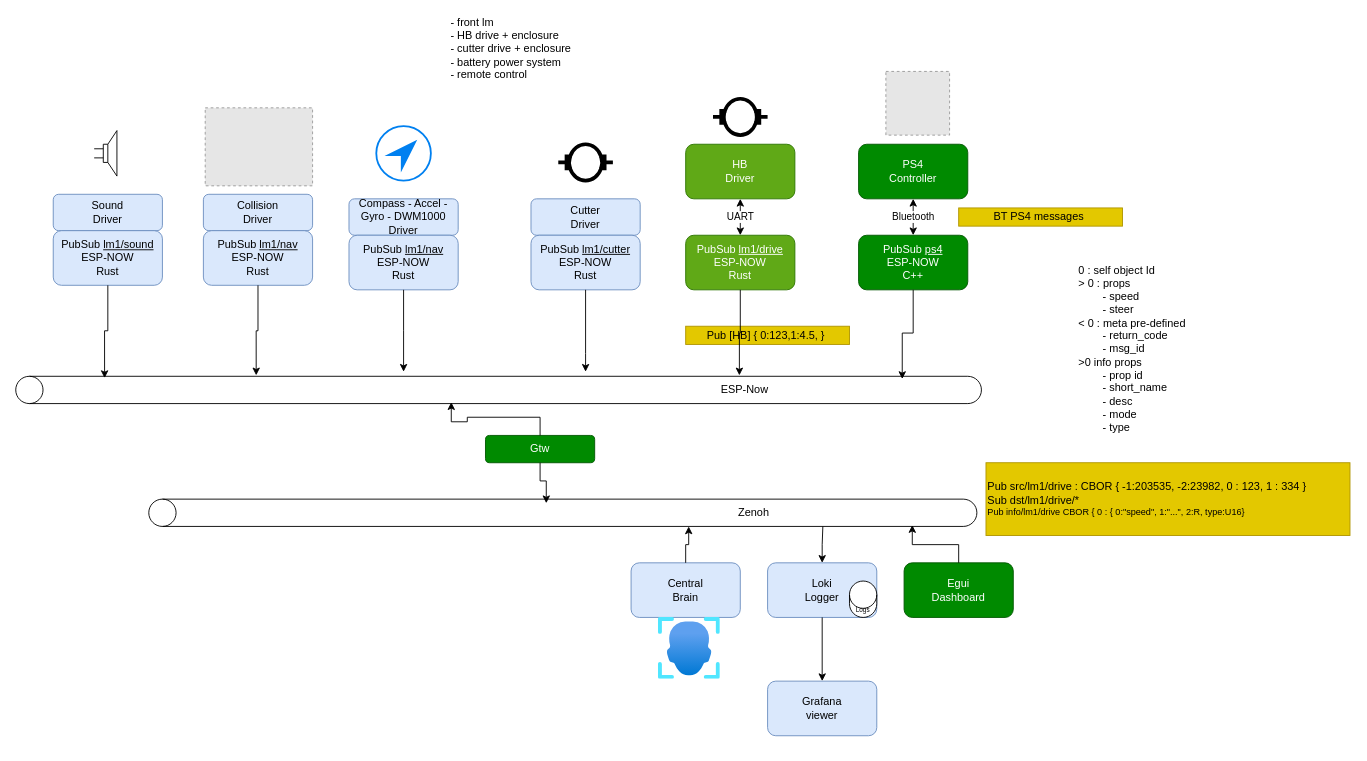
The draw.io diagram page "architecture" (3 of 3) of doc/design.drawio in vortex314/zenoh-projects, before the edit. Source tidied: cells renumbered, new cells numbered last; positions are measured from the earlier drawing's top-left corner, leaving out a move shared by most shapes. Both pictures are drawn from the tidied source at 91%, with x=0, y=0 at pixel (53, -94). Pictures stored in the file or linked from it are replaced by grey dashed boxes.
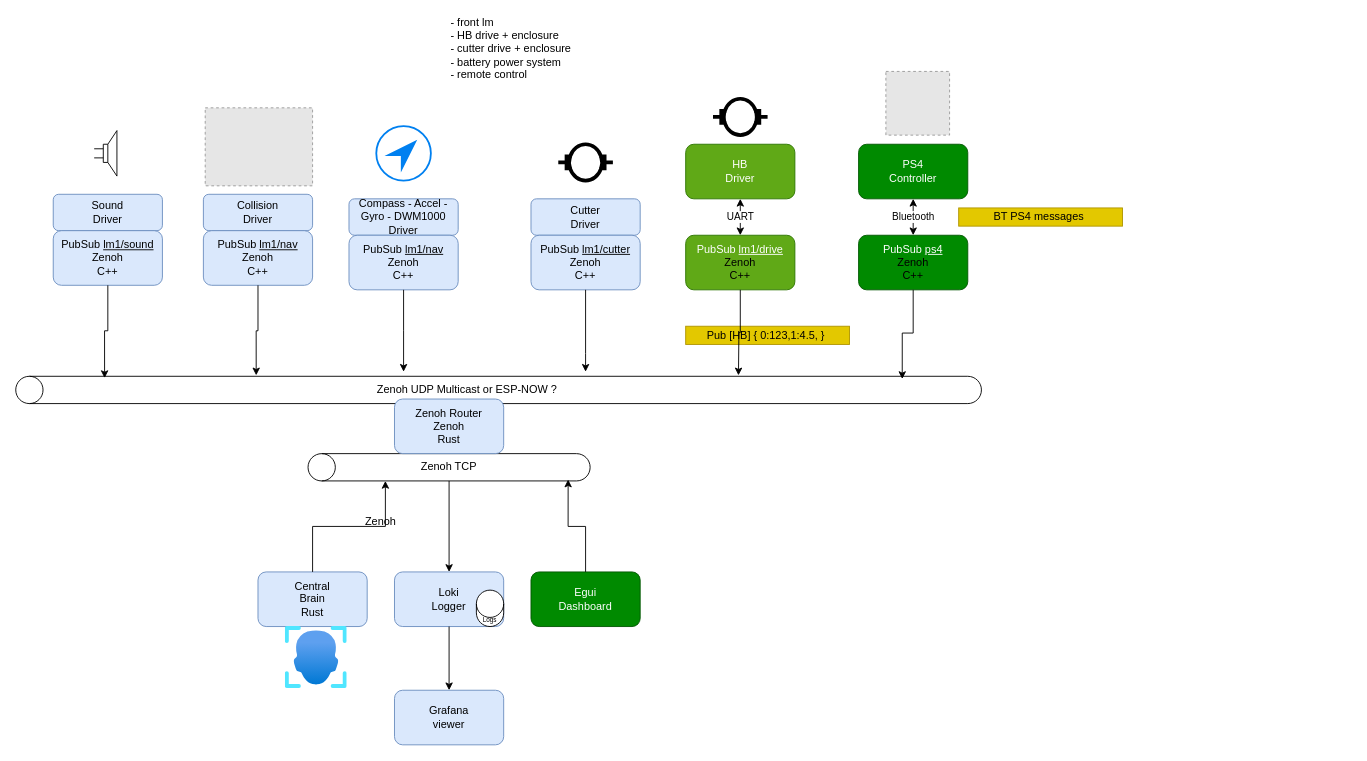
The same page after the edit.

The change refers to these unchanged cells:
```xml
<mxCell id="10" style="shape=cylinder3;whiteSpace=wrap;html=1;boundedLbl=1;backgroundOutline=1;size=15;rotation=-90;" parent="1" vertex="1">
  <mxGeometry x="474.4" y="0.4" width="30" height="1061.2" as="geometry" />
</mxCell>
```

The edit, as a diff of the source:
```diff
@@
-    <mxCell id="5" value="PubSub &lt;u&gt;lm1/drive&lt;/u&gt;&lt;div&gt;&lt;span style=&quot;background-color: initial;&quot;&gt;ESP-NOW&lt;/span&gt;&lt;br&gt;&lt;/div&gt;&lt;div&gt;&lt;span style=&quot;background-color: initial;&quot;&gt;Rust&lt;/span&gt;&lt;/div&gt;" style="rounded=1;whiteSpace=wrap;html=1;fillColor=#60a917;strokeColor=#2D7600;fontColor=#ffffff;" parent="1" vertex="1">
+    <mxCell id="5" value="PubSub &lt;u&gt;lm1/drive&lt;/u&gt;&lt;div&gt;&lt;div style=&quot;color: rgb(0, 0, 0);&quot;&gt;Zenoh&lt;/div&gt;&lt;div style=&quot;color: rgb(0, 0, 0);&quot;&gt;C++&lt;/div&gt;&lt;/div&gt;" style="rounded=1;whiteSpace=wrap;html=1;fillColor=#60a917;strokeColor=#2D7600;fontColor=#ffffff;" parent="1" vertex="1">
       <mxGeometry x="695" y="361" width="120" height="60" as="geometry" />
     </mxCell>
@@
     <mxCell id="7" style="shape=cylinder3;whiteSpace=wrap;html=1;boundedLbl=1;backgroundOutline=1;size=15;rotation=-90;" parent="1" vertex="1">
-      <mxGeometry x="545" y="211" width="30" height="910" as="geometry" />
+      <mxGeometry x="420" y="461" width="30" height="310" as="geometry" />
     </mxCell>
-    <mxCell id="8" value="Pub src/lm1/drive : CBOR { -1:203535, -2:23982, 0 : 123, 1 : 334 }&lt;div&gt;&lt;span style=&quot;background-color: initial;&quot;&gt;Sub dst/lm1/drive/*&lt;/span&gt;&lt;br&gt;&lt;/div&gt;&lt;div style=&quot;font-size: 10px;&quot;&gt;Pub info/lm1/drive CBOR { 0 : { 0:&quot;speed&quot;, 1:&quot;...&quot;, 2:R, type:U16}&lt;/div&gt;" style="rounded=0;whiteSpace=wrap;html=1;fillColor=#e3c800;fontColor=#000000;strokeColor=#B09500;align=left;" parent="1" vertex="1">
-      <mxGeometry x="1025" y="611" width="400" height="80" as="geometry" />
-    </mxCell>
     <mxCell id="9" value="Zenoh" style="text;html=1;align=center;verticalAlign=middle;whiteSpace=wrap;rounded=0;" parent="1" vertex="1">
-      <mxGeometry x="740" y="651" width="60" height="30" as="geometry" />
+      <mxGeometry x="330" y="661" width="60" height="30" as="geometry" />
     </mxCell>
@@
-    <mxCell id="11" value="ESP-Now" style="text;html=1;align=center;verticalAlign=middle;whiteSpace=wrap;rounded=0;" parent="1" vertex="1">
-      <mxGeometry x="730" y="516" width="60" height="30" as="geometry" />
-    </mxCell>
-    <mxCell id="12" style="edgeStyle=orthogonalEdgeStyle;rounded=0;jettySize=auto;html=1;exitX=0.5;exitY=1;exitDx=0;exitDy=0;entryX=0.4;entryY=-0.033;entryDx=0;entryDy=0;entryPerimeter=0;" parent="1" edge="1" source="5" target="11">
-      <mxGeometry relative="1" as="geometry" />
+    <mxCell id="12" style="edgeStyle=orthogonalEdgeStyle;rounded=0;jettySize=auto;html=1;exitX=0.5;exitY=1;exitDx=0;exitDy=0;entryX=0.4;entryY=-0.033;entryDx=0;entryDy=0;entryPerimeter=0;" parent="1" edge="1" source="5">
+      <mxGeometry relative="1" as="geometry">
+        <mxPoint x="753" y="515" as="targetPoint" />
+      </mxGeometry>
     </mxCell>
-    <mxCell id="13" value="Gtw" style="rounded=1;whiteSpace=wrap;html=1;fillColor=#008a00;strokeColor=#005700;fontColor=#ffffff;" parent="1" vertex="1">
-      <mxGeometry x="475" y="581" width="120" height="30" as="geometry" />
-    </mxCell>
-    <mxCell id="14" style="edgeStyle=orthogonalEdgeStyle;rounded=0;jettySize=auto;html=1;exitX=0.5;exitY=0;exitDx=0;exitDy=0;entryX=0.05;entryY=0.451;entryDx=0;entryDy=0;entryPerimeter=0;" parent="1" edge="1" source="13" target="10">
-      <mxGeometry relative="1" as="geometry" />
-    </mxCell>
-    <mxCell id="15" style="edgeStyle=orthogonalEdgeStyle;rounded=0;jettySize=auto;html=1;exitX=0.5;exitY=1;exitDx=0;exitDy=0;entryX=0.85;entryY=0.48;entryDx=0;entryDy=0;entryPerimeter=0;" parent="1" edge="1" source="13" target="7">
-      <mxGeometry relative="1" as="geometry" />
-    </mxCell>
     <mxCell id="16" value="Egui&lt;div&gt;Dashboard&lt;/div&gt;" style="rounded=1;whiteSpace=wrap;html=1;fillColor=#008a00;strokeColor=#005700;fontColor=#ffffff;" parent="1" vertex="1">
-      <mxGeometry x="935" y="721" width="120" height="60" as="geometry" />
+      <mxGeometry x="525" y="731" width="120" height="60" as="geometry" />
     </mxCell>
-    <mxCell id="17" style="edgeStyle=orthogonalEdgeStyle;rounded=0;jettySize=auto;html=1;exitX=0.5;exitY=0;exitDx=0;exitDy=0;entryX=0;entryY=0.814;entryDx=0;entryDy=0;entryPerimeter=0;startArrow=classic;startFill=1;endArrow=none;endFill=0;" parent="1" edge="1" source="18" target="7">
+    <mxCell id="17" style="edgeStyle=orthogonalEdgeStyle;rounded=0;jettySize=auto;html=1;exitX=0.5;exitY=0;exitDx=0;exitDy=0;entryX=0;entryY=0.5;entryDx=0;entryDy=0;entryPerimeter=0;startArrow=classic;startFill=1;endArrow=none;endFill=0;" parent="1" edge="1" source="18" target="7">
       <mxGeometry relative="1" as="geometry" />
     </mxCell>
     <mxCell id="18" value="Loki&lt;div&gt;Logger&lt;/div&gt;" style="rounded=1;whiteSpace=wrap;html=1;fillColor=#dae8fc;strokeColor=#6c8ebf;" parent="1" vertex="1">
-      <mxGeometry x="785" y="721" width="120" height="60" as="geometry" />
+      <mxGeometry x="375" y="731" width="120" height="60" as="geometry" />
     </mxCell>
-    <mxCell id="19" value="Central&lt;div&gt;Brain&lt;/div&gt;" style="rounded=1;whiteSpace=wrap;html=1;fillColor=#dae8fc;strokeColor=#6c8ebf;" parent="1" vertex="1">
-      <mxGeometry x="635" y="721" width="120" height="60" as="geometry" />
+    <mxCell id="19" value="Central&lt;div&gt;Brain&lt;/div&gt;&lt;div&gt;Rust&lt;/div&gt;" style="rounded=1;whiteSpace=wrap;html=1;fillColor=#dae8fc;strokeColor=#6c8ebf;" parent="1" vertex="1">
+      <mxGeometry x="225" y="731" width="120" height="60" as="geometry" />
     </mxCell>
@@
-    <mxCell id="24" value="PubSub &lt;u&gt;ps4&lt;/u&gt;&lt;div&gt;&lt;span style=&quot;background-color: initial;&quot;&gt;ESP-NOW&lt;/span&gt;&lt;br&gt;&lt;/div&gt;&lt;div&gt;&lt;span style=&quot;background-color: initial;&quot;&gt;C++&lt;/span&gt;&lt;/div&gt;" style="rounded=1;whiteSpace=wrap;html=1;fillColor=#008a00;strokeColor=#005700;fontColor=#ffffff;" parent="1" vertex="1">
+    <mxCell id="24" value="PubSub &lt;u&gt;ps4&lt;/u&gt;&lt;div&gt;&lt;div style=&quot;color: rgb(0, 0, 0);&quot;&gt;Zenoh&lt;/div&gt;&lt;div style=&quot;color: rgb(0, 0, 0);&quot;&gt;C++&lt;/div&gt;&lt;/div&gt;" style="rounded=1;whiteSpace=wrap;html=1;fillColor=#008a00;strokeColor=#005700;fontColor=#ffffff;" parent="1" vertex="1">
       <mxGeometry x="885" y="361" width="120" height="60" as="geometry" />
     </mxCell>
@@
     <mxCell id="26" style="image;html=1;align=center;fontSize=12;image=img/lib/azure2/ai_machine_learning/Face_APIs.svg;" parent="1" vertex="1">
-      <mxGeometry x="665" y="781" width="68" height="68" as="geometry" />
+      <mxGeometry x="255" y="791" width="68" height="68" as="geometry" />
     </mxCell>
-    <mxCell id="27" style="edgeStyle=orthogonalEdgeStyle;rounded=0;jettySize=auto;html=1;exitX=0.5;exitY=0;exitDx=0;exitDy=0;entryX=0;entryY=0.652;entryDx=0;entryDy=0;entryPerimeter=0;" parent="1" edge="1" source="19" target="7">
+    <mxCell id="27" style="edgeStyle=orthogonalEdgeStyle;rounded=0;jettySize=auto;html=1;exitX=0.5;exitY=0;exitDx=0;exitDy=0;entryX=0;entryY=0;entryDx=0;entryDy=85;entryPerimeter=0;" parent="1" edge="1" source="19" target="7">
       <mxGeometry relative="1" as="geometry" />
     </mxCell>
@@
     <mxCell id="31" value="Logs" style="shape=cylinder3;whiteSpace=wrap;html=1;boundedLbl=1;backgroundOutline=1;size=15;fontSize=7;" parent="1" vertex="1">
-      <mxGeometry x="875" y="741" width="30" height="40" as="geometry" />
+      <mxGeometry x="465" y="751" width="30" height="40" as="geometry" />
     </mxCell>
     <mxCell id="32" value="Grafana&lt;div&gt;viewer&lt;/div&gt;" style="rounded=1;whiteSpace=wrap;html=1;fillColor=#dae8fc;strokeColor=#6c8ebf;" parent="1" vertex="1">
-      <mxGeometry x="785" y="851" width="120" height="60" as="geometry" />
+      <mxGeometry x="375" y="861" width="120" height="60" as="geometry" />
     </mxCell>
@@
-    <mxCell id="34" value="PubSub &lt;u&gt;lm1/cutter&lt;/u&gt;&lt;div&gt;&lt;span style=&quot;background-color: initial;&quot;&gt;ESP-NOW&lt;/span&gt;&lt;br&gt;&lt;/div&gt;&lt;div&gt;&lt;span style=&quot;background-color: initial;&quot;&gt;Rust&lt;/span&gt;&lt;/div&gt;" style="rounded=1;whiteSpace=wrap;html=1;fillColor=#dae8fc;strokeColor=#6c8ebf;" parent="1" vertex="1">
+    <mxCell id="34" value="PubSub &lt;u&gt;lm1/cutter&lt;/u&gt;&lt;div&gt;&lt;div&gt;Zenoh&lt;/div&gt;&lt;div&gt;C++&lt;/div&gt;&lt;/div&gt;" style="rounded=1;whiteSpace=wrap;html=1;fillColor=#dae8fc;strokeColor=#6c8ebf;" parent="1" vertex="1">
       <mxGeometry x="525" y="361" width="120" height="60" as="geometry" />
     </mxCell>
@@
-    <mxCell id="37" value="0 : self object Id&lt;div&gt;&amp;gt; 0 : props&lt;/div&gt;&lt;div&gt;&lt;span style=&quot;white-space: pre;&quot;&gt;&#9;&lt;/span&gt;- speed&lt;br&gt;&lt;/div&gt;&lt;div&gt;&lt;span style=&quot;white-space: pre;&quot;&gt;&#9;&lt;/span&gt;- steer&amp;nbsp;&lt;br&gt;&lt;/div&gt;&lt;div&gt;&amp;lt; 0 : meta pre-defined&amp;nbsp;&lt;/div&gt;&lt;div&gt;&lt;span style=&quot;background-color: initial; white-space: pre;&quot;&gt;&#9;&lt;/span&gt;&lt;span style=&quot;background-color: initial;&quot;&gt;- return_code&lt;/span&gt;&lt;br&gt;&lt;/div&gt;&lt;div&gt;&lt;span style=&quot;background-color: initial;&quot;&gt;&lt;span style=&quot;white-space: pre;&quot;&gt;&#9;&lt;/span&gt;- msg_id&lt;br&gt;&lt;/span&gt;&lt;/div&gt;&lt;div&gt;&amp;gt;0 info props&amp;nbsp;&lt;/div&gt;&lt;div&gt;&lt;span style=&quot;background-color: initial; white-space: pre;&quot;&gt;&#9;&lt;/span&gt;&lt;span style=&quot;background-color: initial;&quot;&gt;- prop id&lt;/span&gt;&lt;/div&gt;&lt;div&gt;&lt;span style=&quot;background-color: initial;&quot;&gt;&lt;span style=&quot;white-space: pre;&quot;&gt;&#9;&lt;/span&gt;- short_name&lt;/span&gt;&lt;br&gt;&lt;/div&gt;&lt;div&gt;&lt;span style=&quot;white-space: pre;&quot;&gt;&#9;&lt;/span&gt;- desc&lt;/div&gt;&lt;div&gt;&lt;span style=&quot;white-space: pre;&quot;&gt;&#9;&lt;/span&gt;- mode&lt;/div&gt;&lt;div&gt;&lt;span style=&quot;white-space: pre;&quot;&gt;&#9;&lt;/span&gt;- type&amp;nbsp;&amp;nbsp;&lt;/div&gt;" style="text;html=1;align=left;verticalAlign=middle;whiteSpace=wrap;rounded=0;" parent="1" vertex="1">
-      <mxGeometry x="1125" y="371" width="260" height="230" as="geometry" />
-    </mxCell>
@@
-    <mxCell id="39" value="PubSub &lt;u&gt;lm1/nav&lt;/u&gt;&lt;div&gt;&lt;span style=&quot;background-color: initial;&quot;&gt;ESP-NOW&lt;/span&gt;&lt;br&gt;&lt;/div&gt;&lt;div&gt;&lt;span style=&quot;background-color: initial;&quot;&gt;Rust&lt;/span&gt;&lt;/div&gt;" style="rounded=1;whiteSpace=wrap;html=1;fillColor=#dae8fc;strokeColor=#6c8ebf;" parent="1" vertex="1">
+    <mxCell id="39" value="PubSub &lt;u&gt;lm1/nav&lt;/u&gt;&lt;div&gt;&lt;div&gt;Zenoh&lt;/div&gt;&lt;div&gt;C++&lt;/div&gt;&lt;/div&gt;" style="rounded=1;whiteSpace=wrap;html=1;fillColor=#dae8fc;strokeColor=#6c8ebf;" parent="1" vertex="1">
       <mxGeometry x="325" y="361" width="120" height="60" as="geometry" />
     </mxCell>
@@
-    <mxCell id="43" value="PubSub &lt;u&gt;lm1/nav&lt;/u&gt;&lt;div&gt;&lt;span style=&quot;background-color: initial;&quot;&gt;ESP-NOW&lt;/span&gt;&lt;br&gt;&lt;/div&gt;&lt;div&gt;&lt;span style=&quot;background-color: initial;&quot;&gt;Rust&lt;/span&gt;&lt;/div&gt;" style="rounded=1;whiteSpace=wrap;html=1;fillColor=#dae8fc;strokeColor=#6c8ebf;" parent="1" vertex="1">
+    <mxCell id="43" value="PubSub &lt;u&gt;lm1/nav&lt;/u&gt;&lt;div&gt;&lt;div&gt;Zenoh&lt;/div&gt;&lt;div&gt;C++&lt;/div&gt;&lt;/div&gt;" style="rounded=1;whiteSpace=wrap;html=1;fillColor=#dae8fc;strokeColor=#6c8ebf;" parent="1" vertex="1">
       <mxGeometry x="165" y="356" width="120" height="60" as="geometry" />
     </mxCell>
@@
-    <mxCell id="47" value="PubSub &lt;u&gt;lm1/sound&lt;/u&gt;&lt;div&gt;&lt;span style=&quot;background-color: initial;&quot;&gt;ESP-NOW&lt;/span&gt;&lt;br&gt;&lt;/div&gt;&lt;div&gt;&lt;span style=&quot;background-color: initial;&quot;&gt;Rust&lt;/span&gt;&lt;/div&gt;" style="rounded=1;whiteSpace=wrap;html=1;fillColor=#dae8fc;strokeColor=#6c8ebf;" parent="1" vertex="1">
+    <mxCell id="47" value="PubSub &lt;u&gt;lm1/sound&lt;/u&gt;&lt;div&gt;Zenoh&lt;/div&gt;&lt;div&gt;C++&lt;/div&gt;" style="rounded=1;whiteSpace=wrap;html=1;fillColor=#dae8fc;strokeColor=#6c8ebf;" parent="1" vertex="1">
       <mxGeometry y="356" width="120" height="60" as="geometry" />
     </mxCell>
@@
+    <mxCell id="50" value="Zenoh UDP Multicast or ESP-NOW ?" style="text;html=1;align=center;verticalAlign=middle;whiteSpace=wrap;rounded=0;" parent="1" vertex="1">
+      <mxGeometry x="315" y="516" width="280" height="30" as="geometry" />
+    </mxCell>
+    <mxCell id="51" value="&lt;div&gt;&lt;div&gt;Zenoh Router&lt;/div&gt;&lt;div&gt;Zenoh&lt;/div&gt;&lt;div&gt;Rust&lt;/div&gt;&lt;/div&gt;" style="rounded=1;whiteSpace=wrap;html=1;fillColor=#dae8fc;strokeColor=#6c8ebf;" parent="1" vertex="1">
+      <mxGeometry x="375" y="541" width="120" height="60" as="geometry" />
+    </mxCell>
+    <mxCell id="52" value="Zenoh TCP" style="text;html=1;align=center;verticalAlign=middle;whiteSpace=wrap;rounded=0;" parent="1" vertex="1">
+      <mxGeometry x="375" y="601" width="120" height="30" as="geometry" />
+    </mxCell>
```
